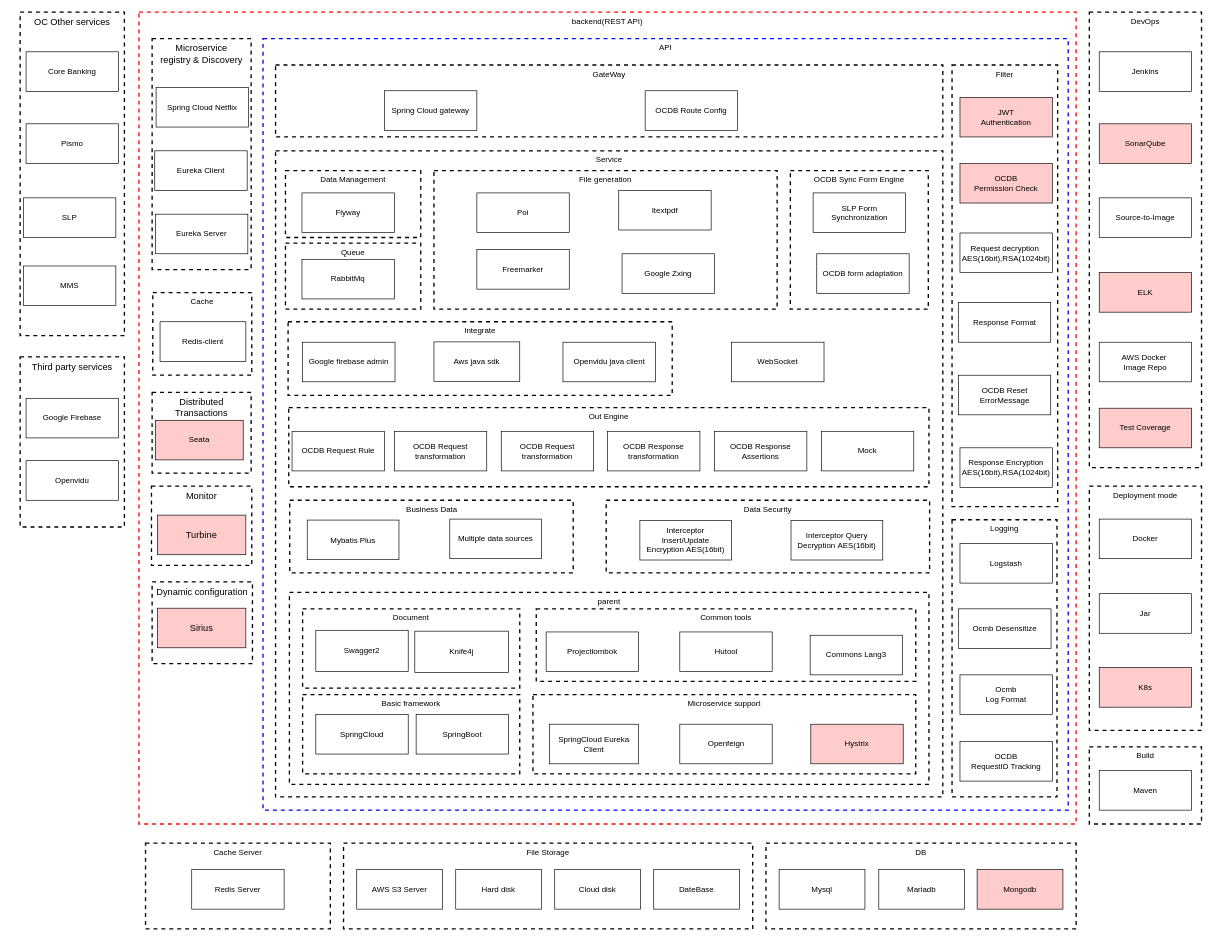
Earlier version of the draw.io diagram user/ocmb-service-lib1.drawio (jiangwu85/cloud-config-samples). Source tidied: cells renumbered, new cells numbered last; positions are measured from the earlier drawing's top-left corner, leaving out a move shared by most shapes. Both pictures are drawn from the tidied source at 66%, with x=0, y=0 at pixel (20, 12).
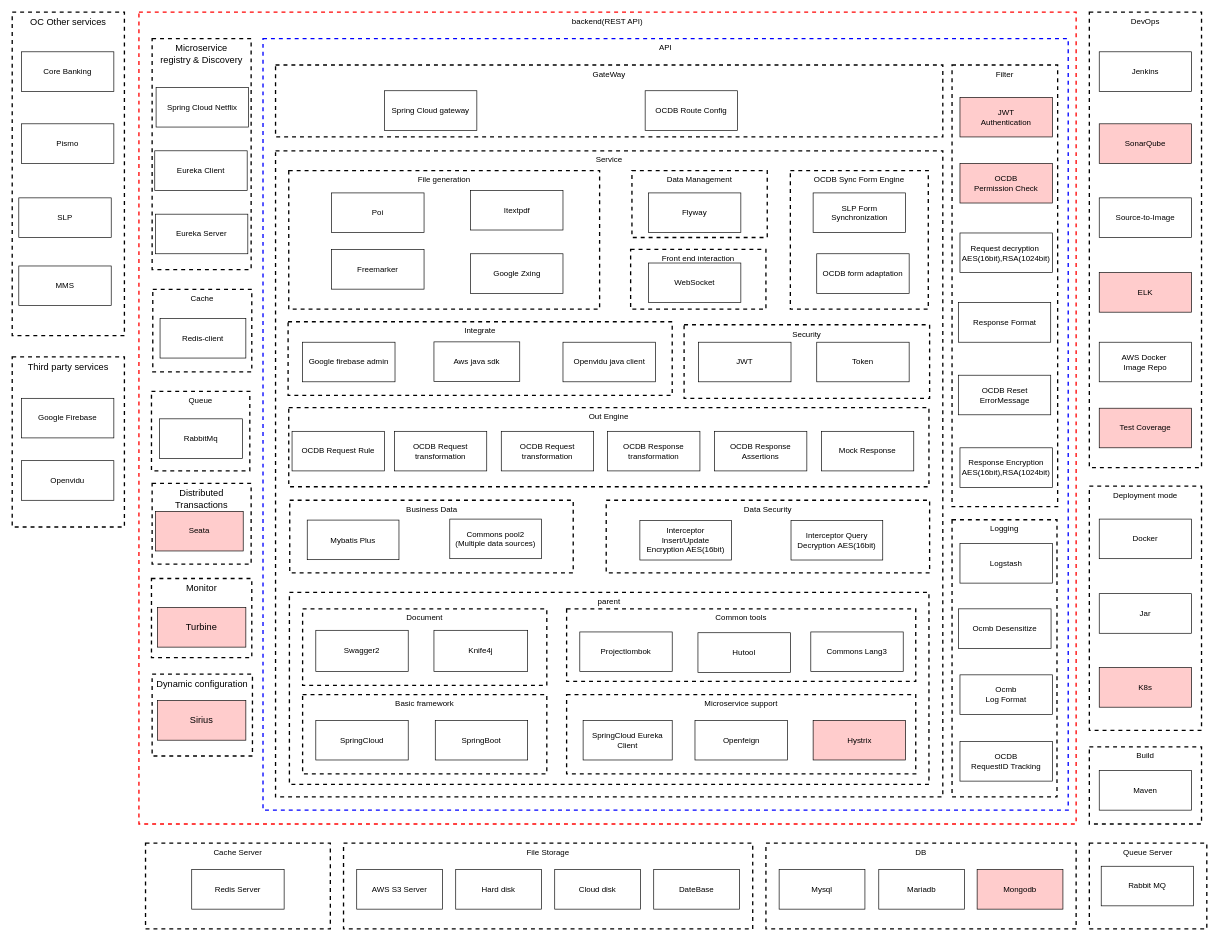
The same page after the edit.

Change to the diagram source:
```diff
@@
     <mxCell id="2" value="&lt;div&gt;&lt;span style=&quot;font-size: 14px; font-weight: 400;&quot;&gt;Third party services&lt;/span&gt;&lt;/div&gt;" style="rounded=0;whiteSpace=wrap;html=1;dashed=1;strokeWidth=2;fillColor=none;verticalAlign=top;fontStyle=1;" parent="1" vertex="1">
-      <mxGeometry y="522.2" width="158" height="257.8" as="geometry" />
+      <mxGeometry x="-12" y="522.2" width="170" height="257.8" as="geometry" />
     </mxCell>
@@
     <mxCell id="7" value="&lt;div&gt;&lt;span style=&quot;font-weight: 400;&quot;&gt;File generation&lt;/span&gt;&lt;/div&gt;" style="rounded=0;whiteSpace=wrap;html=1;dashed=1;strokeWidth=2;fillColor=none;verticalAlign=top;fontStyle=1;" parent="1" vertex="1">
-      <mxGeometry x="627" y="240" width="520" height="210" as="geometry" />
+      <mxGeometry x="407" y="240" width="471" height="210" as="geometry" />
     </mxCell>
@@
-    <mxCell id="10" value="&lt;span style=&quot;font-weight: 400;&quot;&gt;OCDB Sync Form&amp;nbsp;Engine&lt;/span&gt;" style="rounded=0;whiteSpace=wrap;html=1;dashed=1;strokeWidth=2;fillColor=none;verticalAlign=top;fontStyle=1;" parent="1" vertex="1">
-      <mxGeometry x="1167" y="240" width="209" height="210" as="geometry" />
-    </mxCell>
@@
     <mxCell id="19" value="Itextpdf" style="rounded=0;whiteSpace=wrap;html=1;fontColor=#000000;fillColor=none;" parent="1" vertex="1">
-      <mxGeometry x="907" y="270" width="140" height="60" as="geometry" />
+      <mxGeometry x="682.5" y="270" width="140" height="60" as="geometry" />
     </mxCell>
     <mxCell id="20" value="Poi" style="rounded=0;whiteSpace=wrap;html=1;fontColor=#000000;fillColor=none;" parent="1" vertex="1">
-      <mxGeometry x="692" y="273.8" width="140" height="60" as="geometry" />
+      <mxGeometry x="472" y="273.8" width="140" height="60" as="geometry" />
     </mxCell>
     <mxCell id="21" value="&lt;div&gt;&lt;span style=&quot;font-size: 14px; font-weight: 400;&quot;&gt;OC Other services&lt;/span&gt;&lt;/div&gt;" style="rounded=0;whiteSpace=wrap;html=1;dashed=1;strokeWidth=2;fillColor=none;verticalAlign=top;fontStyle=1;" parent="1" vertex="1">
-      <mxGeometry width="158" height="490" as="geometry" />
+      <mxGeometry x="-12" width="170" height="490" as="geometry" />
     </mxCell>
     <mxCell id="22" value="Core Banking" style="rounded=0;whiteSpace=wrap;html=1;fontColor=#000000;fillColor=none;" parent="1" vertex="1">
-      <mxGeometry x="9" y="60" width="140" height="60" as="geometry" />
+      <mxGeometry x="2" y="60" width="140" height="60" as="geometry" />
     </mxCell>
     <mxCell id="23" value="Pismo" style="rounded=0;whiteSpace=wrap;html=1;fontColor=#000000;fillColor=none;" parent="1" vertex="1">
-      <mxGeometry x="9" y="169.1" width="140" height="60" as="geometry" />
+      <mxGeometry x="2" y="169.1" width="140" height="60" as="geometry" />
     </mxCell>
     <mxCell id="24" value="SLP" style="rounded=0;whiteSpace=wrap;html=1;fontColor=#000000;fillColor=none;" parent="1" vertex="1">
-      <mxGeometry x="5" y="281.3" width="140" height="60" as="geometry" />
+      <mxGeometry x="-2" y="281.3" width="140" height="60" as="geometry" />
     </mxCell>
     <mxCell id="25" value="MMS" style="rounded=0;whiteSpace=wrap;html=1;fontColor=#000000;fillColor=none;" parent="1" vertex="1">
-      <mxGeometry x="5" y="384.5" width="140" height="60" as="geometry" />
+      <mxGeometry x="-2" y="384.5" width="140" height="60" as="geometry" />
     </mxCell>
-    <mxCell id="26" value="OCDB&amp;nbsp;Route&amp;nbsp;Config" style="rounded=0;whiteSpace=wrap;html=1;fontColor=#000000;fillColor=none;" parent="1" vertex="1">
-      <mxGeometry x="947" y="119" width="140" height="60" as="geometry" />
-    </mxCell>
@@
-    <mxCell id="28" value="&lt;div&gt;SLP Form Synchronization&lt;/div&gt;" style="rounded=0;whiteSpace=wrap;html=1;fontColor=#000000;fillColor=none;" parent="1" vertex="1">
-      <mxGeometry x="1201.5" y="273.8" width="140" height="60" as="geometry" />
-    </mxCell>
     <mxCell id="29" value="Google Zxing" style="rounded=0;whiteSpace=wrap;html=1;fontColor=#000000;fillColor=none;" parent="1" vertex="1">
-      <mxGeometry x="912" y="366" width="140" height="60" as="geometry" />
+      <mxGeometry x="682.5" y="366" width="140" height="60" as="geometry" />
     </mxCell>
     <mxCell id="30" value="&lt;span style=&quot;font-size: 14px; font-weight: 400;&quot;&gt;Monitor&lt;/span&gt;" style="rounded=0;whiteSpace=wrap;html=1;dashed=1;strokeWidth=2;fillColor=none;verticalAlign=top;fontStyle=1;" parent="1" vertex="1">
-      <mxGeometry x="199" y="718" width="152" height="120" as="geometry" />
+      <mxGeometry x="199" y="858" width="152" height="120" as="geometry" />
     </mxCell>
@@
     <mxCell id="32" value="&lt;span style=&quot;font-size: 14px;&quot;&gt;Turbine&lt;/span&gt;" style="rounded=0;whiteSpace=wrap;html=1;fontColor=#000000;fillColor=#FFCCCC;" parent="1" vertex="1">
-      <mxGeometry x="208" y="762" width="134" height="60" as="geometry" />
+      <mxGeometry x="208" y="902" width="134" height="60" as="geometry" />
     </mxCell>
-    <mxCell id="33" value="&lt;div&gt;OCDB form adaptation&lt;/div&gt;" style="rounded=0;whiteSpace=wrap;html=1;fontColor=#000000;fillColor=none;" parent="1" vertex="1">
-      <mxGeometry x="1207" y="366" width="140" height="60" as="geometry" />
-    </mxCell>
-    <mxCell id="34" value="Mock" style="rounded=0;whiteSpace=wrap;html=1;fontColor=#000000;fillColor=none;" parent="1" vertex="1">
+    <mxCell id="34" value="Mock Response" style="rounded=0;whiteSpace=wrap;html=1;fontColor=#000000;fillColor=none;" parent="1" vertex="1">
       <mxGeometry x="1214" y="635" width="140" height="60" as="geometry" />
     </mxCell>
@@
-    <mxCell id="37" value="Multiple data sources" style="rounded=0;whiteSpace=wrap;html=1;fontColor=#000000;fillColor=none;" parent="1" vertex="1">
+    <mxCell id="37" value="Commons pool2&lt;br&gt;(Multiple data sources)" style="rounded=0;whiteSpace=wrap;html=1;fontColor=#000000;fillColor=none;" parent="1" vertex="1">
       <mxGeometry x="651" y="768" width="139" height="60" as="geometry" />
     </mxCell>
@@
     <mxCell id="65" value="&lt;span style=&quot;font-weight: normal;&quot;&gt;Basic framework&lt;/span&gt;" style="rounded=0;whiteSpace=wrap;html=1;dashed=1;strokeWidth=2;fillColor=none;verticalAlign=top;fontStyle=1;" parent="1" vertex="1">
-      <mxGeometry x="428" y="1034" width="329" height="120" as="geometry" />
+      <mxGeometry x="428" y="1034" width="370" height="120" as="geometry" />
     </mxCell>
     <mxCell id="66" value="SpringCloud" style="rounded=0;whiteSpace=wrap;html=1;fontColor=#000000;fillColor=none;" parent="1" vertex="1">
-      <mxGeometry x="448" y="1064" width="140" height="60" as="geometry" />
+      <mxGeometry x="448" y="1073" width="140" height="60" as="geometry" />
     </mxCell>
     <mxCell id="67" value="SpringBoot" style="rounded=0;whiteSpace=wrap;html=1;fontColor=#000000;fillColor=none;" parent="1" vertex="1">
-      <mxGeometry x="600" y="1064" width="140" height="60" as="geometry" />
+      <mxGeometry x="629" y="1073" width="140" height="60" as="geometry" />
     </mxCell>
     <mxCell id="68" value="Freemarker" style="rounded=0;whiteSpace=wrap;html=1;fontColor=#000000;fillColor=none;" parent="1" vertex="1">
-      <mxGeometry x="692" y="359.6" width="140" height="60" as="geometry" />
+      <mxGeometry x="472" y="359.6" width="140" height="60" as="geometry" />
     </mxCell>
@@
     <mxCell id="70" value="&lt;span style=&quot;font-weight: 400;&quot;&gt;Document&lt;/span&gt;" style="rounded=0;whiteSpace=wrap;html=1;dashed=1;strokeWidth=2;fillColor=none;verticalAlign=top;fontStyle=1;" parent="1" vertex="1">
-      <mxGeometry x="428" y="904" width="329" height="120" as="geometry" />
+      <mxGeometry x="428" y="904" width="370" height="116" as="geometry" />
     </mxCell>
     <mxCell id="71" value="&lt;span style=&quot;font-weight: 400;&quot;&gt;Common tools&lt;/span&gt;" style="rounded=0;whiteSpace=wrap;html=1;dashed=1;strokeWidth=2;fillColor=none;verticalAlign=top;fontStyle=1;" parent="1" vertex="1">
-      <mxGeometry x="782" y="904" width="575" height="110" as="geometry" />
+      <mxGeometry x="828" y="904" width="529" height="110" as="geometry" />
     </mxCell>
     <mxCell id="72" value="Hutool" style="rounded=0;whiteSpace=wrap;html=1;fontColor=#000000;fillColor=none;" parent="1" vertex="1">
-      <mxGeometry x="999.5" y="939" width="140" height="60" as="geometry" />
+      <mxGeometry x="1027" y="940.2" width="140" height="60" as="geometry" />
     </mxCell>
     <mxCell id="73" value="Projectlombok" style="rounded=0;whiteSpace=wrap;html=1;fontColor=#000000;fillColor=none;" parent="1" vertex="1">
-      <mxGeometry x="797" y="939" width="140" height="60" as="geometry" />
+      <mxGeometry x="848" y="939" width="140" height="60" as="geometry" />
     </mxCell>
     <mxCell id="74" value="Knife4j" style="rounded=0;whiteSpace=wrap;html=1;fontColor=#000000;fillColor=none;" parent="1" vertex="1">
-      <mxGeometry x="598" y="937.8" width="142" height="62.5" as="geometry" />
+      <mxGeometry x="627" y="936.5" width="142" height="62.5" as="geometry" />
     </mxCell>
     <mxCell id="75" value="Commons Lang3" style="rounded=0;whiteSpace=wrap;html=1;fontColor=#000000;fillColor=none;" parent="1" vertex="1">
-      <mxGeometry x="1197" y="944" width="140" height="60" as="geometry" />
+      <mxGeometry x="1198" y="939" width="140" height="60" as="geometry" />
     </mxCell>
     <mxCell id="76" value="&lt;span style=&quot;font-weight: 400;&quot;&gt;Microservice support&lt;/span&gt;" style="rounded=0;whiteSpace=wrap;html=1;dashed=1;strokeWidth=2;fillColor=none;verticalAlign=top;fontStyle=1;" parent="1" vertex="1">
-      <mxGeometry x="777" y="1034" width="580" height="120" as="geometry" />
+      <mxGeometry x="828" y="1034" width="529" height="120" as="geometry" />
     </mxCell>
     <mxCell id="77" value="SpringCloud Eureka Client" style="rounded=0;whiteSpace=wrap;html=1;fontColor=#000000;fillColor=none;" parent="1" vertex="1">
-      <mxGeometry x="802" y="1078.8" width="135" height="60" as="geometry" />
+      <mxGeometry x="853" y="1073" width="135" height="60" as="geometry" />
     </mxCell>
@@
-    <mxCell id="84" value="&lt;div&gt;&lt;span style=&quot;font-weight: 400;&quot;&gt;Data&amp;nbsp;Management&lt;/span&gt;&lt;/div&gt;" style="rounded=0;whiteSpace=wrap;html=1;dashed=1;strokeWidth=2;fillColor=none;verticalAlign=top;fontStyle=1;" parent="1" vertex="1">
-      <mxGeometry x="402" y="240" width="205" height="101.3" as="geometry" />
-    </mxCell>
-    <mxCell id="85" value="Flyway" style="rounded=0;whiteSpace=wrap;html=1;fontColor=#000000;fillColor=none;" parent="1" vertex="1">
-      <mxGeometry x="427" y="273.8" width="140" height="60" as="geometry" />
-    </mxCell>
     <mxCell id="86" value="&lt;div&gt;&lt;span style=&quot;font-size: 14px; font-weight: 400;&quot;&gt;Distributed Transactions&lt;/span&gt;&lt;/div&gt;" style="rounded=0;whiteSpace=wrap;html=1;dashed=1;strokeWidth=2;fillColor=none;verticalAlign=top;fontStyle=1;" parent="1" vertex="1">
-      <mxGeometry x="200" y="576" width="150" height="122.3" as="geometry" />
+      <mxGeometry x="200" y="714" width="150" height="122.3" as="geometry" />
     </mxCell>
     <mxCell id="87" value="Seata" style="rounded=0;whiteSpace=wrap;html=1;fontColor=#000000;fillColor=#FFCCCC;" parent="1" vertex="1">
-      <mxGeometry x="205" y="618.3" width="133" height="60" as="geometry" />
+      <mxGeometry x="205" y="756.3" width="133" height="60" as="geometry" />
     </mxCell>
@@
     <mxCell id="90" value="&lt;span style=&quot;font-weight: 400;&quot;&gt;Queue&lt;/span&gt;" style="rounded=0;whiteSpace=wrap;html=1;dashed=1;strokeWidth=2;fillColor=none;verticalAlign=top;fontStyle=1;" parent="1" vertex="1">
-      <mxGeometry x="402" y="350" width="205" height="100" as="geometry" />
+      <mxGeometry x="199" y="574.5" width="149" height="120.5" as="geometry" />
     </mxCell>
     <mxCell id="91" value="RabbitMq" style="rounded=0;whiteSpace=wrap;html=1;fontColor=#000000;fillColor=none;" parent="1" vertex="1">
-      <mxGeometry x="427" y="374.4" width="140" height="60" as="geometry" />
+      <mxGeometry x="211" y="616.1" width="126" height="60" as="geometry" />
     </mxCell>
@@
     <mxCell id="96" value="&lt;span style=&quot;font-weight: 400;&quot;&gt;Cache&lt;/span&gt;" style="rounded=0;whiteSpace=wrap;html=1;dashed=1;strokeWidth=2;fillColor=none;verticalAlign=top;fontStyle=1;" parent="1" vertex="1">
-      <mxGeometry x="201" y="425" width="150" height="125" as="geometry" />
+      <mxGeometry x="201" y="420" width="150" height="125" as="geometry" />
     </mxCell>
     <mxCell id="97" value="Redis-client" style="rounded=0;whiteSpace=wrap;html=1;fontColor=#000000;fillColor=none;" parent="1" vertex="1">
-      <mxGeometry x="212" y="469" width="130" height="60" as="geometry" />
+      <mxGeometry x="212" y="464" width="130" height="60" as="geometry" />
     </mxCell>
-    <mxCell id="98" value="WebSocket" style="rounded=0;whiteSpace=wrap;html=1;fontColor=#000000;fillColor=none;" parent="1" vertex="1">
-      <mxGeometry x="1078" y="500" width="140" height="60" as="geometry" />
-    </mxCell>
@@
     <mxCell id="100" value="Openfeign" style="rounded=0;whiteSpace=wrap;html=1;fontColor=#000000;fillColor=none;" parent="1" vertex="1">
-      <mxGeometry x="999.5" y="1078.8" width="140" height="60" as="geometry" />
+      <mxGeometry x="1022.5" y="1073" width="140" height="60" as="geometry" />
     </mxCell>
     <mxCell id="101" value="Hystrix" style="rounded=0;whiteSpace=wrap;html=1;fontColor=#000000;fillColor=#FFCCCC;strokeColor=default;" parent="1" vertex="1">
-      <mxGeometry x="1198" y="1078.8" width="140" height="60" as="geometry" />
+      <mxGeometry x="1201.5" y="1073" width="140" height="60" as="geometry" />
     </mxCell>
@@
     <mxCell id="105" value="&lt;div&gt;&lt;span style=&quot;font-size: 14px; font-weight: 400;&quot;&gt;Dynamic configuration&lt;/span&gt;&lt;/div&gt;" style="rounded=0;whiteSpace=wrap;html=1;dashed=1;strokeWidth=2;fillColor=none;verticalAlign=top;fontStyle=1;" parent="1" vertex="1">
-      <mxGeometry x="200" y="863" width="152" height="124" as="geometry" />
+      <mxGeometry x="200" y="1003" width="152" height="124" as="geometry" />
     </mxCell>
     <mxCell id="106" value="&lt;span style=&quot;font-size: 14px;&quot;&gt;Sirius&lt;/span&gt;" style="rounded=0;whiteSpace=wrap;html=1;fontColor=#000000;fillColor=#FFCCCC;" parent="1" vertex="1">
-      <mxGeometry x="208" y="903" width="134" height="60" as="geometry" />
+      <mxGeometry x="208" y="1043" width="134" height="60" as="geometry" />
     </mxCell>
     <mxCell id="107" value="Google Firebase" style="rounded=0;whiteSpace=wrap;html=1;fontColor=#000000;fillColor=none;" parent="1" vertex="1">
-      <mxGeometry x="9" y="585" width="140" height="60" as="geometry" />
+      <mxGeometry x="2" y="585" width="140" height="60" as="geometry" />
     </mxCell>
     <mxCell id="108" value="Openvidu" style="rounded=0;whiteSpace=wrap;html=1;fontColor=#000000;fillColor=none;" parent="1" vertex="1">
-      <mxGeometry x="9" y="679.5" width="140" height="60" as="geometry" />
+      <mxGeometry x="2" y="679.5" width="140" height="60" as="geometry" />
     </mxCell>
+    <mxCell id="109" value="&lt;div&gt;&lt;span style=&quot;font-weight: 400;&quot;&gt;Queue Server&lt;/span&gt;&lt;/div&gt;" style="rounded=0;whiteSpace=wrap;html=1;dashed=1;strokeWidth=2;fillColor=none;verticalAlign=top;fontStyle=1;" parent="1" vertex="1">
+      <mxGeometry x="1620" y="1259" width="178" height="130" as="geometry" />
+    </mxCell>
+    <mxCell id="110" value="Rabbit MQ" style="rounded=0;whiteSpace=wrap;html=1;fontColor=#000000;fillColor=none;" parent="1" vertex="1">
+      <mxGeometry x="1638" y="1294" width="140" height="60" as="geometry" />
+    </mxCell>
+    <mxCell id="10" value="&lt;span style=&quot;font-weight: 400;&quot;&gt;OCDB Sync Form&amp;nbsp;Engine&lt;/span&gt;" style="rounded=0;whiteSpace=wrap;html=1;dashed=1;strokeWidth=2;fillColor=none;verticalAlign=top;fontStyle=1;" parent="1" vertex="1">
+      <mxGeometry x="1167" y="240" width="209" height="210" as="geometry" />
+    </mxCell>
+    <mxCell id="26" value="OCDB&amp;nbsp;Route&amp;nbsp;Config" style="rounded=0;whiteSpace=wrap;html=1;fontColor=#000000;fillColor=none;" parent="1" vertex="1">
+      <mxGeometry x="947" y="119" width="140" height="60" as="geometry" />
+    </mxCell>
+    <mxCell id="28" value="&lt;div&gt;SLP Form Synchronization&lt;/div&gt;" style="rounded=0;whiteSpace=wrap;html=1;fontColor=#000000;fillColor=none;" parent="1" vertex="1">
+      <mxGeometry x="1201.5" y="273.8" width="140" height="60" as="geometry" />
+    </mxCell>
+    <mxCell id="33" value="&lt;div&gt;OCDB form adaptation&lt;/div&gt;" style="rounded=0;whiteSpace=wrap;html=1;fontColor=#000000;fillColor=none;" parent="1" vertex="1">
+      <mxGeometry x="1207" y="366" width="140" height="60" as="geometry" />
+    </mxCell>
+    <mxCell id="84" value="&lt;div&gt;&lt;span style=&quot;font-weight: 400;&quot;&gt;Data&amp;nbsp;Management&lt;/span&gt;&lt;/div&gt;" style="rounded=0;whiteSpace=wrap;html=1;dashed=1;strokeWidth=2;fillColor=none;verticalAlign=top;fontStyle=1;" parent="1" vertex="1">
+      <mxGeometry x="927" y="240" width="205" height="101.3" as="geometry" />
+    </mxCell>
+    <mxCell id="85" value="Flyway" style="rounded=0;whiteSpace=wrap;html=1;fontColor=#000000;fillColor=none;" parent="1" vertex="1">
+      <mxGeometry x="952" y="273.8" width="140" height="60" as="geometry" />
+    </mxCell>
+    <mxCell id="111" value="&lt;span style=&quot;font-weight: 400;&quot;&gt;Front end interaction&lt;/span&gt;" style="rounded=0;whiteSpace=wrap;html=1;dashed=1;strokeWidth=2;fillColor=none;verticalAlign=top;fontStyle=1;" parent="1" vertex="1">
+      <mxGeometry x="925" y="359.4" width="205" height="90.6" as="geometry" />
+    </mxCell>
+    <mxCell id="98" value="WebSocket" style="rounded=0;whiteSpace=wrap;html=1;fontColor=#000000;fillColor=none;" parent="1" vertex="1">
+      <mxGeometry x="952" y="380" width="140" height="60" as="geometry" />
+    </mxCell>
+    <mxCell id="112" value="&lt;span style=&quot;font-weight: 400;&quot;&gt;Security&lt;/span&gt;" style="rounded=0;whiteSpace=wrap;html=1;dashed=1;strokeWidth=2;fillColor=none;verticalAlign=top;fontStyle=1;" parent="1" vertex="1">
+      <mxGeometry x="1006" y="473.5" width="372" height="111.5" as="geometry" />
+    </mxCell>
+    <mxCell id="113" value="JWT" style="rounded=0;whiteSpace=wrap;html=1;fontColor=#000000;fillColor=none;" parent="1" vertex="1">
+      <mxGeometry x="1028" y="500" width="140" height="60" as="geometry" />
+    </mxCell>
+    <mxCell id="114" value="Token" style="rounded=0;whiteSpace=wrap;html=1;fontColor=#000000;fillColor=none;" parent="1" vertex="1">
+      <mxGeometry x="1207" y="500" width="140" height="60" as="geometry" />
+    </mxCell>
```
